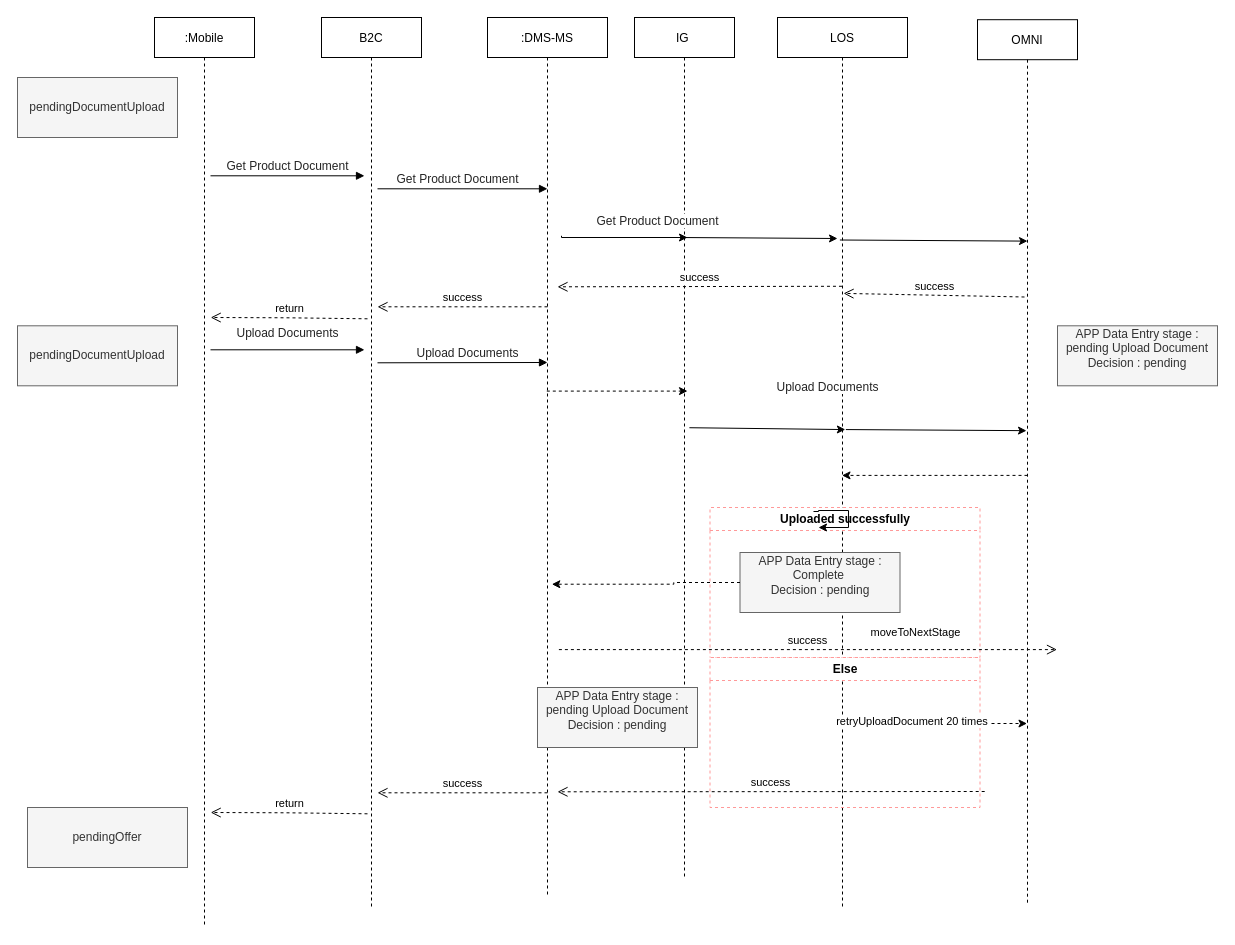
Before: page "Upload Document Flow" (13 of 16) of Migration Onboarding & origination Flow .drawio in MHosnii/DrawIo, a draw.io diagram. Source tidied: cells renumbered, new cells numbered last; positions are measured from the earlier drawing's top-left corner, leaving out a move shared by most shapes. Both pictures are drawn from the tidied source at 100%, with x=0, y=0 at pixel (17, 17).
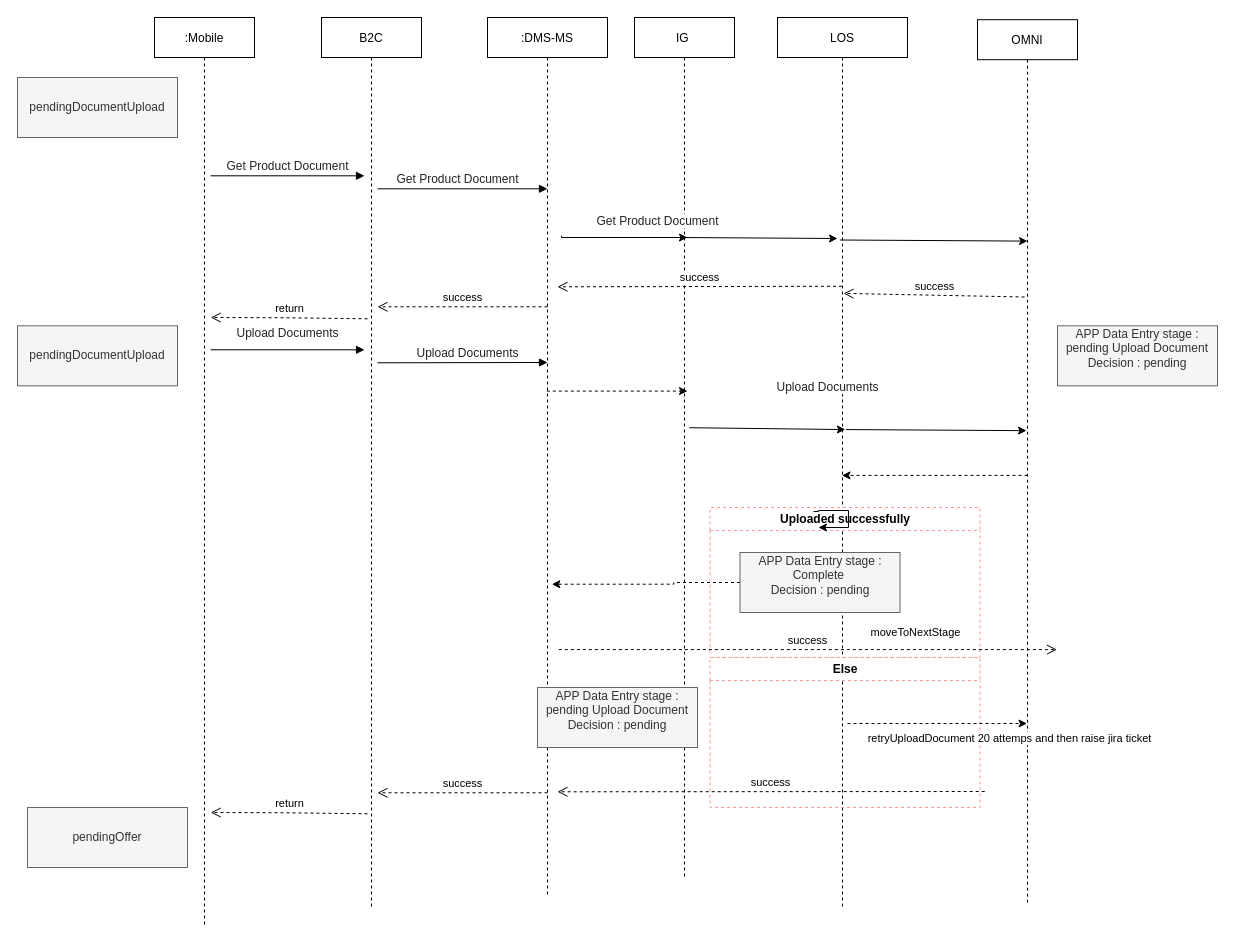
The same diagram, later.

The change refers to these unchanged cells:
```xml
<mxCell id="20" style="rounded=0;jettySize=auto;html=1;dashed=1;" parent="1" edge="1" target="17">
  <mxGeometry relative="1" as="geometry">
    <mxPoint x="830" y="706" as="sourcePoint" />
  </mxGeometry>
</mxCell>
```

Diff of the diagram source:
```diff
@@
-    <mxCell id="21" value="retryUploadDocument 20 times&amp;nbsp;" style="edgeLabel;html=1;align=center;verticalAlign=middle;" parent="20" vertex="1">
-      <mxGeometry x="-0.28" y="3" relative="1" as="geometry" />
+    <mxCell id="21" value="retryUploadDocument 20 attemps and then raise jira ticket" style="edgeLabel;html=1;align=center;verticalAlign=middle;" parent="20" vertex="1">
+      <mxGeometry x="-0.28" y="3" relative="1" as="geometry">
+        <mxPoint x="96" y="17" as="offset" />
+      </mxGeometry>
     </mxCell>
```
